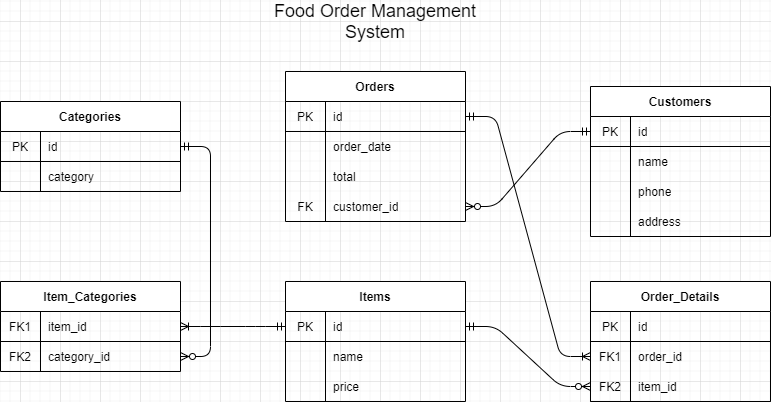
The draw.io diagram Food Order Management System.png in meysifk/Food-Order-Management-System, before a commit. Source tidied: cells renumbered, new cells last; positions are measured from the earlier drawing's top-left corner, leaving out a move shared by most shapes.
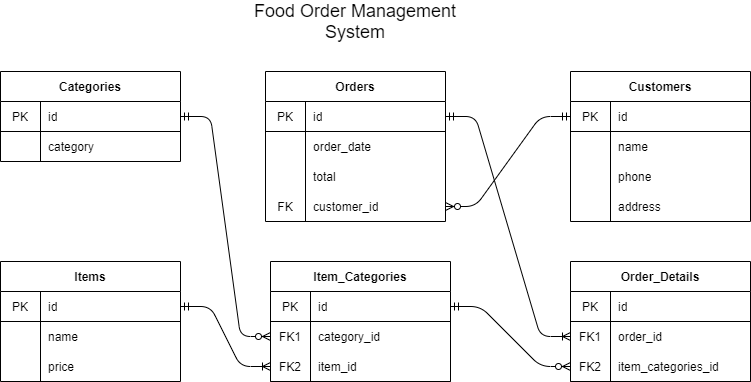
After the commit.

What changed in the source:
```diff
@@ -3,7 +3,7 @@
     <mxCell id="0" />
     <mxCell id="1" parent="0" />
     <mxCell id="2" value="Customers" style="shape=table;startSize=30;rowLines=0;fontStyle=1;align=center;" parent="1" vertex="1">
-      <mxGeometry x="590" y="75" width="180" height="150" as="geometry" />
+      <mxGeometry x="590" y="60" width="180" height="150" as="geometry" />
     </mxCell>
     <mxCell id="3" style="shape=partialRectangle;html=1;whiteSpace=wrap;fillColor=none;top=0;left=0;bottom=1;right=0;points=[[0,0.5],[1,0.5]];portConstraint=eastwest;" parent="2" vertex="1">
       <mxGeometry y="30" width="180" height="30" as="geometry" />
@@ -42,7 +42,7 @@
       <mxGeometry x="40" width="140" height="30" as="geometry" />
     </mxCell>
     <mxCell id="15" value="Items" style="shape=table;startSize=30;rowLines=0;fontStyle=1;align=center;" parent="1" vertex="1">
-      <mxGeometry x="285" y="270" width="180" height="120" as="geometry" />
+      <mxGeometry x="20" y="250" width="180" height="120" as="geometry" />
     </mxCell>
     <mxCell id="16" style="shape=partialRectangle;html=1;whiteSpace=wrap;fillColor=none;top=0;left=0;bottom=1;right=0;points=[[0,0.5],[1,0.5]];portConstraint=eastwest;" parent="15" vertex="1">
       <mxGeometry y="30" width="180" height="30" as="geometry" />
@@ -111,7 +111,7 @@
       <mxGeometry x="40" width="140" height="30" as="geometry" />
     </mxCell>
     <mxCell id="38" value="Categories" style="shape=table;startSize=30;rowLines=0;fontStyle=1;align=center;" parent="1" vertex="1">
-      <mxGeometry y="90" width="180" height="90" as="geometry" />
+      <mxGeometry x="20" y="60" width="180" height="90" as="geometry" />
     </mxCell>
     <mxCell id="39" style="shape=partialRectangle;html=1;whiteSpace=wrap;fillColor=none;top=0;left=0;bottom=1;right=0;points=[[0,0.5],[1,0.5]];portConstraint=eastwest;" parent="38" vertex="1">
       <mxGeometry y="30" width="180" height="30" as="geometry" />
@@ -132,7 +132,7 @@
       <mxGeometry x="40" width="140" height="30" as="geometry" />
     </mxCell>
     <mxCell id="45" value="Order_Details" style="shape=table;startSize=30;rowLines=0;fontStyle=1;align=center;" parent="1" vertex="1">
-      <mxGeometry x="590" y="270" width="180" height="120" as="geometry" />
+      <mxGeometry x="590" y="250" width="180" height="120" as="geometry" />
     </mxCell>
     <mxCell id="46" style="shape=partialRectangle;html=1;whiteSpace=wrap;fillColor=none;top=0;left=0;bottom=1;right=0;" parent="45" vertex="1">
       <mxGeometry y="30" width="180" height="30" as="geometry" />
@@ -158,34 +158,43 @@
     <mxCell id="53" value="FK2" style="shape=partialRectangle;html=1;whiteSpace=wrap;fillColor=none;top=0;left=0;bottom=0;right=0;overflow=hidden;" parent="52" vertex="1">
       <mxGeometry width="40" height="30" as="geometry" />
     </mxCell>
-    <mxCell id="54" value="item_id" style="shape=partialRectangle;html=1;whiteSpace=wrap;fillColor=none;top=0;left=0;bottom=0;right=0;align=left;spacingLeft=6;overflow=hidden;" parent="52" vertex="1">
+    <mxCell id="54" value="item_categories_id" style="shape=partialRectangle;html=1;whiteSpace=wrap;fillColor=none;top=0;left=0;bottom=0;right=0;align=left;spacingLeft=6;overflow=hidden;" parent="52" vertex="1">
       <mxGeometry x="40" width="140" height="30" as="geometry" />
     </mxCell>
     <mxCell id="55" value="Item_Categories" style="shape=table;startSize=30;rowLines=0;fontStyle=1;align=center;" parent="1" vertex="1">
-      <mxGeometry y="270" width="180" height="90" as="geometry" />
+      <mxGeometry x="290" y="250" width="180" height="120" as="geometry" />
     </mxCell>
     <mxCell id="56" style="shape=partialRectangle;html=1;whiteSpace=wrap;fillColor=none;top=0;left=0;bottom=1;right=0;points=[[0,0.5],[1,0.5]];portConstraint=eastwest;" parent="55" vertex="1">
       <mxGeometry y="30" width="180" height="30" as="geometry" />
     </mxCell>
-    <mxCell id="57" value="FK1" style="shape=partialRectangle;html=1;whiteSpace=wrap;fillColor=none;top=0;left=0;bottom=0;right=0;overflow=hidden;" parent="56" vertex="1">
+    <mxCell id="57" value="PK" style="shape=partialRectangle;html=1;whiteSpace=wrap;fillColor=none;top=0;left=0;bottom=0;right=0;overflow=hidden;" parent="56" vertex="1">
       <mxGeometry width="40" height="30" as="geometry" />
     </mxCell>
-    <mxCell id="58" value="item_id" style="shape=partialRectangle;html=1;whiteSpace=wrap;fillColor=none;top=0;left=0;bottom=0;right=0;align=left;spacingLeft=6;overflow=hidden;" parent="56" vertex="1">
+    <mxCell id="58" value="id" style="shape=partialRectangle;html=1;whiteSpace=wrap;fillColor=none;top=0;left=0;bottom=0;right=0;align=left;spacingLeft=6;overflow=hidden;" parent="56" vertex="1">
       <mxGeometry x="40" width="140" height="30" as="geometry" />
     </mxCell>
     <mxCell id="59" style="shape=partialRectangle;html=1;whiteSpace=wrap;fillColor=none;top=0;left=0;bottom=0;right=0;points=[[0,0.5],[1,0.5]];portConstraint=eastwest;" parent="55" vertex="1">
       <mxGeometry y="60" width="180" height="30" as="geometry" />
     </mxCell>
-    <mxCell id="60" value="FK2" style="shape=partialRectangle;html=1;whiteSpace=wrap;fillColor=none;top=0;left=0;bottom=0;right=0;overflow=hidden;" parent="59" vertex="1">
+    <mxCell id="60" value="FK1" style="shape=partialRectangle;html=1;whiteSpace=wrap;fillColor=none;top=0;left=0;bottom=0;right=0;overflow=hidden;" parent="59" vertex="1">
       <mxGeometry width="40" height="30" as="geometry" />
     </mxCell>
     <mxCell id="61" value="category_id" style="shape=partialRectangle;html=1;whiteSpace=wrap;fillColor=none;top=0;left=0;bottom=0;right=0;align=left;spacingLeft=6;overflow=hidden;" parent="59" vertex="1">
       <mxGeometry x="40" width="140" height="30" as="geometry" />
     </mxCell>
+    <mxCell id="68" style="shape=partialRectangle;html=1;whiteSpace=wrap;fillColor=none;top=0;left=0;bottom=1;right=0;points=[[0,0.5],[1,0.5]];portConstraint=eastwest;" parent="55" vertex="1">
+      <mxGeometry y="90" width="180" height="30" as="geometry" />
+    </mxCell>
+    <mxCell id="69" value="FK2" style="shape=partialRectangle;html=1;whiteSpace=wrap;fillColor=none;top=0;left=0;bottom=0;right=0;overflow=hidden;" parent="68" vertex="1">
+      <mxGeometry width="40" height="30" as="geometry" />
+    </mxCell>
+    <mxCell id="70" value="item_id" style="shape=partialRectangle;html=1;whiteSpace=wrap;fillColor=none;top=0;left=0;bottom=0;right=0;align=left;spacingLeft=6;overflow=hidden;" parent="68" vertex="1">
+      <mxGeometry x="40" width="140" height="30" as="geometry" />
+    </mxCell>
     <mxCell id="62" value="&lt;font style=&quot;font-size: 18px&quot;&gt;Food Order Management System&lt;/font&gt;" style="text;html=1;strokeColor=none;fillColor=none;align=center;verticalAlign=middle;whiteSpace=wrap;rounded=0;" parent="1" vertex="1">
       <mxGeometry x="270" width="210" height="20" as="geometry" />
     </mxCell>
-    <mxCell id="63" style="edgeStyle=entityRelationEdgeStyle;fontSize=12;html=1;endArrow=ERmandOne;entryX=0;entryY=0.5;entryDx=0;entryDy=0;exitX=1;exitY=0.5;exitDx=0;exitDy=0;startArrow=ERoneToMany;startFill=0;" parent="1" edge="1" source="55" target="16">
+    <mxCell id="63" style="edgeStyle=entityRelationEdgeStyle;fontSize=12;html=1;endArrow=ERmandOne;exitX=0;exitY=0.5;exitDx=0;exitDy=0;startArrow=ERoneToMany;startFill=0;entryX=1;entryY=0.5;entryDx=0;entryDy=0;" parent="1" edge="1" source="68" target="16">
       <mxGeometry relative="1" as="geometry" />
     </mxCell>
     <mxCell id="64" style="edgeStyle=entityRelationEdgeStyle;fontSize=12;html=1;endArrow=ERmandOne;startArrow=ERzeroToMany;entryX=1;entryY=0.5;entryDx=0;entryDy=0;startFill=1;" parent="1" edge="1" source="59" target="39">
@@ -197,7 +206,7 @@
     <mxCell id="66" style="edgeStyle=entityRelationEdgeStyle;fontSize=12;html=1;endArrow=ERoneToMany;endFill=0;startArrow=ERmandOne;exitX=1;exitY=0.5;exitDx=0;exitDy=0;entryX=0;entryY=0.5;entryDx=0;entryDy=0;startFill=0;" parent="1" edge="1" source="26" target="49">
       <mxGeometry relative="1" as="geometry" />
     </mxCell>
-    <mxCell id="67" style="edgeStyle=entityRelationEdgeStyle;fontSize=12;html=1;endArrow=ERmandOne;endFill=0;startArrow=ERzeroToMany;entryX=1;entryY=0.5;entryDx=0;entryDy=0;exitX=0;exitY=0.5;exitDx=0;exitDy=0;" parent="1" edge="1" source="52" target="16">
+    <mxCell id="67" style="edgeStyle=entityRelationEdgeStyle;fontSize=12;html=1;endArrow=ERmandOne;endFill=0;startArrow=ERzeroToMany;entryX=1;entryY=0.5;entryDx=0;entryDy=0;exitX=0;exitY=0.5;exitDx=0;exitDy=0;" parent="1" edge="1" source="52" target="56">
       <mxGeometry relative="1" as="geometry" />
     </mxCell>
   </root>
```
